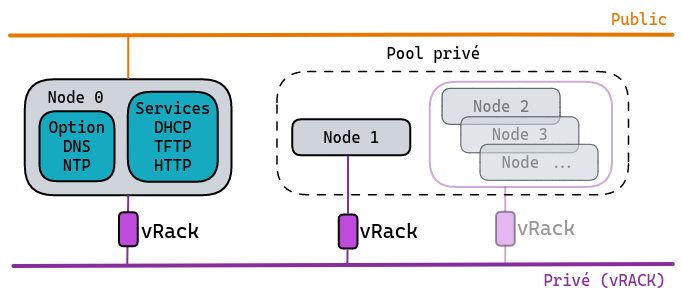
Earlier version of the Excalidraw export pages/cloud/dedicated/pxe-with-full-private-dedicated/images/schema_basic.png (ovh/docs). Source tidied: one line per element, renumbered; positions are measured from the earlier drawing's top-left corner, leaving out a move shared by most shapes.
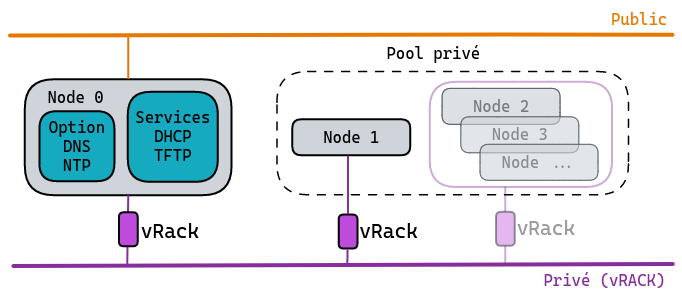
After the commit.

The edit, as a diff of the source:
```diff
@@ -8,7 +8,7 @@
 {"id": 7, "type": "line", "strokeColor": "#e67700", "strokeWidth": 4, "roughness": 0, "x": 0, "y": 25, "width": 663, "height": 1, "points": [[0, 0], [493, -1], [663, -1]]}
 {"id": 8, "type": "rectangle", "strokeColor": "#000000", "backgroundColor": "#15aabf", "fillStyle": "solid", "strokeWidth": 2, "roughness": 0, "x": 118, "y": 82, "width": 90, "height": 90}
 {"id": 9, "type": "rectangle", "strokeColor": "#000000", "backgroundColor": "#ced4da", "fillStyle": "solid", "strokeWidth": 2, "roughness": 0, "x": 282, "y": 109, "width": 118, "height": 36}
-{"id": 10, "type": "text", "text": "Services\nDHCP\nTFTP\nHTTP", "strokeColor": "#000000", "strokeWidth": 1, "roughness": 0, "fontSize": 16, "fontFamily": 3, "textAlign": "center", "verticalAlign": "middle", "inside": 8, "x": 125, "y": 89, "width": 76, "height": 76}
+{"id": 10, "type": "text", "text": "Services\nDHCP\nTFTP", "strokeColor": "#000000", "strokeWidth": 1, "roughness": 0, "fontSize": 16, "fontFamily": 3, "textAlign": "center", "verticalAlign": "middle", "inside": 8, "x": 125, "y": 98, "width": 76, "height": 57}
 {"id": 11, "type": "text", "text": "Node 1", "strokeColor": "#000000", "strokeWidth": 1, "roughness": 0, "fontSize": 16, "fontFamily": 3, "textAlign": "center", "verticalAlign": "middle", "inside": 9, "x": 312, "y": 118, "width": 58, "height": 19}
 {"id": 12, "type": "line", "strokeColor": "#862e9c", "strokeWidth": 4, "roughness": 0, "x": 3, "y": 256, "width": 659, "height": 2, "points": [[0, 0], [659, -2]]}
 {"id": 13, "type": "text", "text": "Privé (vRACK)", "strokeColor": "#862e9c", "strokeWidth": 2, "strokeStyle": "dashed", "roughness": 0, "fontSize": 16, "fontFamily": 3, "x": 533, "y": 261, "width": 124, "height": 19}
```
